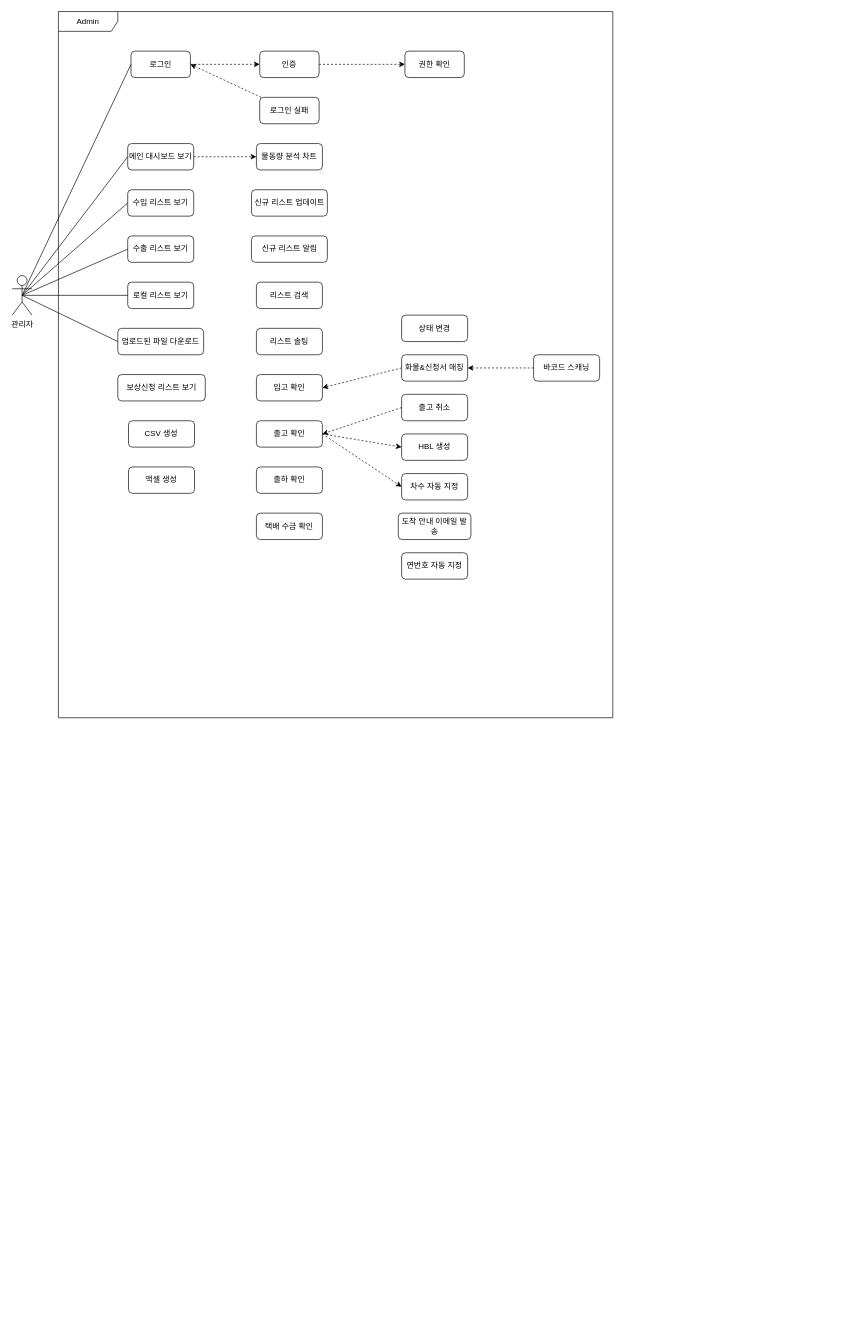
Earlier version of the draw.io diagram documents/UseCaseDiagram.drawio (cjungwo/ExpressSiteDemo). Source tidied: cells renumbered, new cells numbered last; positions are measured from the earlier drawing's top-left corner, leaving out a move shared by most shapes. Both pictures are drawn from the tidied source at 66%, with x=0, y=0 at pixel (12, 11).
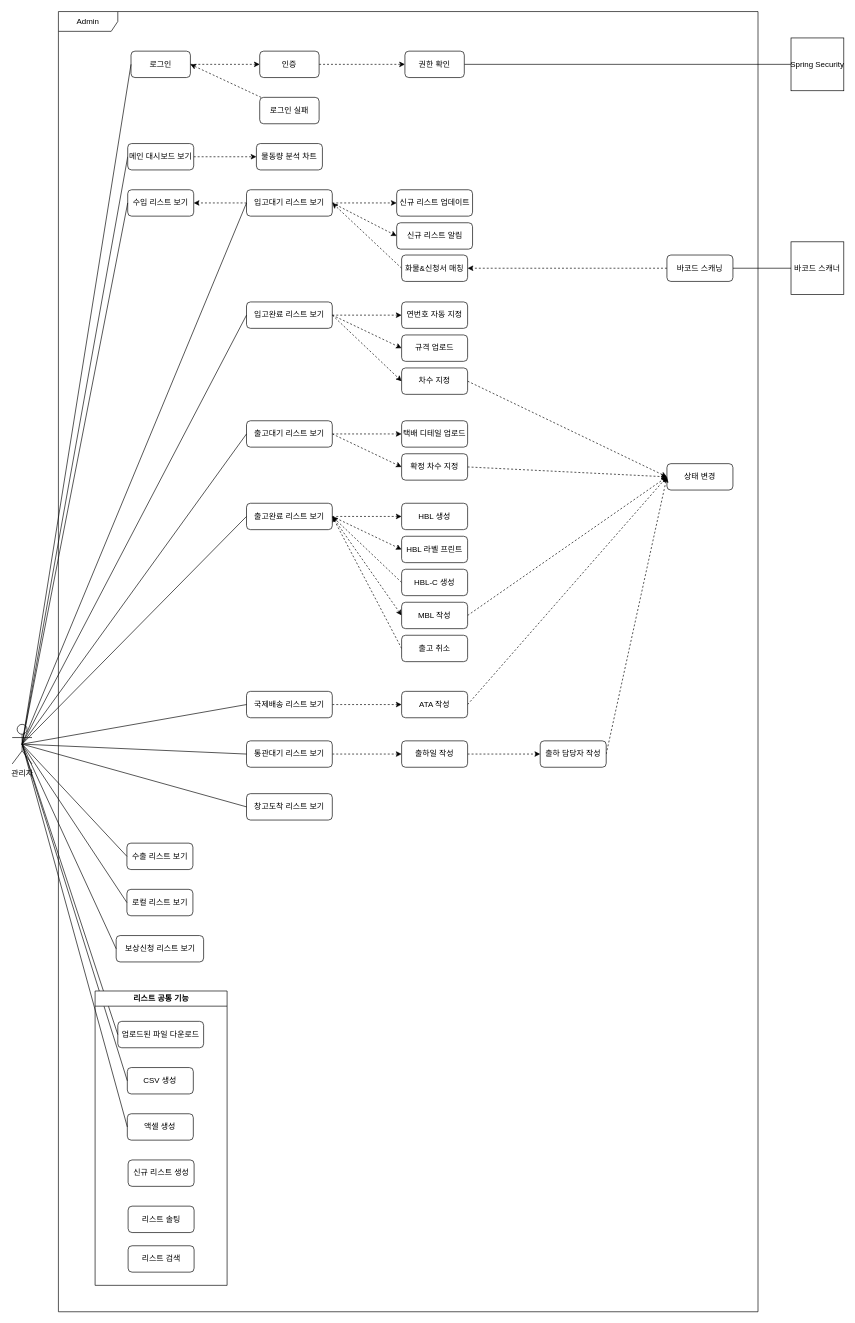
The same page after the edit.

Commit message:
#6 - Update Admin_Import_UseCaseDiagram.drawio

The change refers to these unchanged cells:
```xml
<mxCell id="14" value="권한 확인" style="rounded=1;whiteSpace=wrap;html=1;" parent="1" vertex="1">
  <mxGeometry x="595" y="60" width="90" height="40" as="geometry" />
</mxCell>
<mxCell id="16" value="수입 리스트 보기" style="rounded=1;whiteSpace=wrap;html=1;" parent="1" vertex="1">
  <mxGeometry x="175" y="270" width="100" height="40" as="geometry" />
</mxCell>
```

The edit, as a diff of the source:
```diff
@@
     <mxCell id="2" value="관리자&lt;div&gt;&lt;br&gt;&lt;/div&gt;" style="shape=umlActor;verticalLabelPosition=bottom;verticalAlign=top;html=1;outlineConnect=0;" parent="1" vertex="1">
-      <mxGeometry y="400" width="30" height="60" as="geometry" />
+      <mxGeometry y="1080" width="30" height="60" as="geometry" />
     </mxCell>
     <mxCell id="3" value="Admin" style="shape=umlFrame;whiteSpace=wrap;html=1;width=90;height=30;" parent="1" vertex="1">
-      <mxGeometry x="70" width="840" height="1070" as="geometry" />
+      <mxGeometry x="70" width="1060" height="1970" as="geometry" />
     </mxCell>
@@
+    <mxCell id="49" style="edgeStyle=none;rounded=0;jettySize=auto;html=1;exitX=1;exitY=0.5;exitDx=0;exitDy=0;entryX=0;entryY=0.5;entryDx=0;entryDy=0;endArrow=none;endFill=0;" parent="1" edge="1" source="14" target="58">
+      <mxGeometry relative="1" as="geometry" />
+    </mxCell>
@@
     <mxCell id="18" value="수출 리스트 보기" style="rounded=1;whiteSpace=wrap;html=1;" parent="1" vertex="1">
-      <mxGeometry x="175" y="340" width="100" height="40" as="geometry" />
+      <mxGeometry x="173.8" y="1260" width="100" height="40" as="geometry" />
     </mxCell>
     <mxCell id="19" value="로컬 리스트 보기" style="rounded=1;whiteSpace=wrap;html=1;" parent="1" vertex="1">
-      <mxGeometry x="175" y="410" width="100" height="40" as="geometry" />
+      <mxGeometry x="173.8" y="1330" width="100" height="40" as="geometry" />
     </mxCell>
@@
     <mxCell id="22" value="신규 리스트 업데이트" style="rounded=1;whiteSpace=wrap;html=1;" parent="1" vertex="1">
-      <mxGeometry x="362.5" y="270" width="115" height="40" as="geometry" />
+      <mxGeometry x="582.5" y="270" width="115" height="40" as="geometry" />
     </mxCell>
     <mxCell id="23" value="신규 리스트 알림" style="rounded=1;whiteSpace=wrap;html=1;" parent="1" vertex="1">
-      <mxGeometry x="362.5" y="340" width="115" height="40" as="geometry" />
+      <mxGeometry x="582.5" y="320" width="115" height="40" as="geometry" />
     </mxCell>
     <mxCell id="24" value="리스트 검색" style="rounded=1;whiteSpace=wrap;html=1;" parent="1" vertex="1">
-      <mxGeometry x="370" y="410" width="100" height="40" as="geometry" />
+      <mxGeometry x="175.6" y="1870" width="100" height="40" as="geometry" />
     </mxCell>
     <mxCell id="25" value="리스트 솔팅" style="rounded=1;whiteSpace=wrap;html=1;" parent="1" vertex="1">
-      <mxGeometry x="370" y="480" width="100" height="40" as="geometry" />
+      <mxGeometry x="175.6" y="1810" width="100" height="40" as="geometry" />
     </mxCell>
@@
+    <mxCell id="50" style="edgeStyle=none;rounded=0;jettySize=auto;html=1;exitX=1;exitY=0.5;exitDx=0;exitDy=0;entryX=0;entryY=0.5;entryDx=0;entryDy=0;endArrow=none;endFill=0;" parent="1" edge="1" source="27" target="101">
+      <mxGeometry relative="1" as="geometry" />
+    </mxCell>
     <mxCell id="27" value="바코드 스캐닝" style="rounded=1;whiteSpace=wrap;html=1;" parent="1" vertex="1">
-      <mxGeometry x="790" y="520" width="100" height="40" as="geometry" />
+      <mxGeometry x="992" y="368.9" width="100" height="40" as="geometry" />
     </mxCell>
-    <mxCell id="28" value="입고 확인" style="rounded=1;whiteSpace=wrap;html=1;" parent="1" vertex="1">
-      <mxGeometry x="370" y="550" width="100" height="40" as="geometry" />
-    </mxCell>
-    <mxCell id="29" style="edgeStyle=none;rounded=0;jettySize=auto;html=1;exitX=0;exitY=0.5;exitDx=0;exitDy=0;entryX=1;entryY=0.5;entryDx=0;entryDy=0;dashed=1;" parent="1" edge="1" source="30" target="28">
-      <mxGeometry relative="1" as="geometry" />
-    </mxCell>
+    <mxCell id="51" style="edgeStyle=none;rounded=0;jettySize=auto;html=1;exitX=0;exitY=0.5;exitDx=0;exitDy=0;entryX=1;entryY=0.5;entryDx=0;entryDy=0;dashed=1;" parent="1" edge="1" source="30" target="63">
+      <mxGeometry relative="1" as="geometry" />
+    </mxCell>
     <mxCell id="30" value="화물&amp;amp;신청서 매칭" style="rounded=1;whiteSpace=wrap;html=1;" parent="1" vertex="1">
-      <mxGeometry x="590" y="520" width="100" height="40" as="geometry" />
+      <mxGeometry x="590" y="368.9" width="100" height="40" as="geometry" />
     </mxCell>
-    <mxCell id="31" style="edgeStyle=none;rounded=0;jettySize=auto;html=1;exitX=1;exitY=0.5;exitDx=0;exitDy=0;entryX=0;entryY=0.5;entryDx=0;entryDy=0;dashed=1;" parent="1" edge="1" source="33" target="44">
-      <mxGeometry relative="1" as="geometry" />
-    </mxCell>
-    <mxCell id="32" style="edgeStyle=none;rounded=0;jettySize=auto;html=1;exitX=1;exitY=0.5;exitDx=0;exitDy=0;entryX=0;entryY=0.5;entryDx=0;entryDy=0;dashed=1;" parent="1" edge="1" source="33" target="41">
-      <mxGeometry relative="1" as="geometry" />
-    </mxCell>
-    <mxCell id="33" value="출고 확인" style="rounded=1;whiteSpace=wrap;html=1;" parent="1" vertex="1">
-      <mxGeometry x="370" y="620" width="100" height="40" as="geometry" />
-    </mxCell>
-    <mxCell id="34" value="도착 안내 이메일 발송" style="rounded=1;whiteSpace=wrap;html=1;" parent="1" vertex="1">
-      <mxGeometry x="585" y="760" width="110" height="40" as="geometry" />
-    </mxCell>
-    <mxCell id="35" style="rounded=0;jettySize=auto;html=1;entryX=1;entryY=0.5;entryDx=0;entryDy=0;exitX=0;exitY=0.5;exitDx=0;exitDy=0;dashed=1;" parent="1" edge="1" source="36" target="33">
-      <mxGeometry relative="1" as="geometry">
-        <Array as="points">
-          <mxPoint x="530" y="620" />
-        </Array>
-      </mxGeometry>
-    </mxCell>
+    <mxCell id="52" style="edgeStyle=none;rounded=0;jettySize=auto;html=1;exitX=0;exitY=0.5;exitDx=0;exitDy=0;entryX=1;entryY=0.5;entryDx=0;entryDy=0;dashed=1;" parent="1" edge="1" source="36" target="73">
+      <mxGeometry relative="1" as="geometry" />
+    </mxCell>
     <mxCell id="36" value="출고 취소" style="rounded=1;whiteSpace=wrap;html=1;" parent="1" vertex="1">
-      <mxGeometry x="590" y="580" width="100" height="40" as="geometry" />
+      <mxGeometry x="590" y="945" width="100" height="40" as="geometry" />
     </mxCell>
-    <mxCell id="37" value="출하 확인" style="rounded=1;whiteSpace=wrap;html=1;" parent="1" vertex="1">
-      <mxGeometry x="370" y="690" width="100" height="40" as="geometry" />
-    </mxCell>
-    <mxCell id="38" value="택배 수금 확인" style="rounded=1;whiteSpace=wrap;html=1;" parent="1" vertex="1">
-      <mxGeometry x="370" y="760" width="100" height="40" as="geometry" />
-    </mxCell>
     <mxCell id="39" value="업로드된 파일 다운로드" style="rounded=1;whiteSpace=wrap;html=1;" parent="1" vertex="1">
-      <mxGeometry x="160" y="480" width="130" height="40" as="geometry" />
+      <mxGeometry x="160" y="1530" width="130" height="40" as="geometry" />
     </mxCell>
@@
+    <mxCell id="53" style="edgeStyle=none;rounded=0;jettySize=auto;html=1;exitX=1;exitY=0.5;exitDx=0;exitDy=0;entryX=0;entryY=0.5;entryDx=0;entryDy=0;dashed=1;" parent="1" edge="1" source="41" target="43">
+      <mxGeometry relative="1" as="geometry" />
+    </mxCell>
-    <mxCell id="41" value="차수 자동 지정" style="rounded=1;whiteSpace=wrap;html=1;" parent="1" vertex="1">
-      <mxGeometry x="590" y="700" width="100" height="40" as="geometry" />
+    <mxCell id="41" value="차수 지정" style="rounded=1;whiteSpace=wrap;html=1;" parent="1" vertex="1">
+      <mxGeometry x="590" y="540" width="100" height="40" as="geometry" />
     </mxCell>
-    <mxCell id="42" value="연번호 자동 지정" style="rounded=1;whiteSpace=wrap;html=1;" parent="1" vertex="1">
-      <mxGeometry x="590" y="820" width="100" height="40" as="geometry" />
-    </mxCell>
     <mxCell id="43" value="상태 변경" style="rounded=1;whiteSpace=wrap;html=1;" parent="1" vertex="1">
-      <mxGeometry x="590" y="460" width="100" height="40" as="geometry" />
+      <mxGeometry x="992" y="685" width="100" height="40" as="geometry" />
     </mxCell>
     <mxCell id="44" value="HBL 생성" style="rounded=1;whiteSpace=wrap;html=1;" parent="1" vertex="1">
-      <mxGeometry x="590" y="640" width="100" height="40" as="geometry" />
+      <mxGeometry x="590" y="745" width="100" height="40" as="geometry" />
     </mxCell>
     <mxCell id="45" value="CSV 생성" style="rounded=1;whiteSpace=wrap;html=1;" parent="1" vertex="1">
-      <mxGeometry x="176.2" y="620" width="100" height="40" as="geometry" />
+      <mxGeometry x="174.4" y="1600" width="100" height="40" as="geometry" />
     </mxCell>
     <mxCell id="46" value="액셀 생성" style="rounded=1;whiteSpace=wrap;html=1;" parent="1" vertex="1">
-      <mxGeometry x="176.2" y="690" width="100" height="40" as="geometry" />
+      <mxGeometry x="174.4" y="1670" width="100" height="40" as="geometry" />
     </mxCell>
     <mxCell id="47" value="보상신청 리스트 보기" style="rounded=1;whiteSpace=wrap;html=1;" parent="1" vertex="1">
-      <mxGeometry x="160" y="550" width="132.5" height="40" as="geometry" />
+      <mxGeometry x="157.5" y="1400" width="132.5" height="40" as="geometry" />
     </mxCell>
-    <mxCell id="48" style="edgeStyle=orthogonalEdgeStyle;rounded=0;orthogonalLoop=1;jettySize=auto;html=1;exitX=0.5;exitY=1;exitDx=0;exitDy=0;" parent="1" edge="1" source="30" target="30">
-      <mxGeometry relative="1" as="geometry" />
+    <mxCell id="48" style="edgeStyle=orthogonalEdgeStyle;rounded=0;orthogonalLoop=1;jettySize=auto;html=1;exitX=0.5;exitY=1;exitDx=0;exitDy=0;" parent="1" edge="1">
+      <mxGeometry relative="1" as="geometry">
+        <mxPoint x="640" y="429" as="sourcePoint" />
+        <mxPoint x="640" y="429" as="targetPoint" />
+      </mxGeometry>
     </mxCell>
+    <mxCell id="54" style="edgeStyle=none;rounded=0;jettySize=auto;html=1;exitX=0;exitY=0.5;exitDx=0;exitDy=0;entryX=0.5;entryY=0.5;entryDx=0;entryDy=0;entryPerimeter=0;endArrow=none;endFill=0;" parent="1" edge="1" source="47" target="2">
+      <mxGeometry relative="1" as="geometry" />
+    </mxCell>
+    <mxCell id="55" style="edgeStyle=none;rounded=0;jettySize=auto;html=1;exitX=0;exitY=0.5;exitDx=0;exitDy=0;entryX=0.5;entryY=0.5;entryDx=0;entryDy=0;entryPerimeter=0;endArrow=none;endFill=0;" parent="1" edge="1" source="45" target="2">
+      <mxGeometry relative="1" as="geometry" />
+    </mxCell>
+    <mxCell id="56" style="edgeStyle=none;rounded=0;jettySize=auto;html=1;exitX=0;exitY=0.5;exitDx=0;exitDy=0;entryX=0.5;entryY=0.5;entryDx=0;entryDy=0;entryPerimeter=0;endArrow=none;endFill=0;" parent="1" edge="1" source="46" target="2">
+      <mxGeometry relative="1" as="geometry" />
+    </mxCell>
+    <mxCell id="57" value="신규 리스트 생성" style="rounded=1;whiteSpace=wrap;html=1;" parent="1" vertex="1">
+      <mxGeometry x="175.6" y="1740" width="100" height="40" as="geometry" />
+    </mxCell>
+    <mxCell id="58" value="&lt;span style=&quot;white-space: pre;&quot;&gt;Spring Security&lt;/span&gt;" style="whiteSpace=wrap;html=1;" parent="1" vertex="1">
+      <mxGeometry x="1180" y="40" width="80" height="80" as="geometry" />
+    </mxCell>
+    <mxCell id="59" style="edgeStyle=none;rounded=0;orthogonalLoop=1;jettySize=auto;html=1;exitX=0.75;exitY=1;exitDx=0;exitDy=0;" parent="1" edge="1" source="27" target="27">
+      <mxGeometry relative="1" as="geometry" />
+    </mxCell>
+    <mxCell id="60" style="edgeStyle=none;rounded=0;jettySize=auto;html=1;exitX=0;exitY=0.5;exitDx=0;exitDy=0;entryX=1;entryY=0.5;entryDx=0;entryDy=0;dashed=1;" parent="1" edge="1" source="63" target="16">
+      <mxGeometry relative="1" as="geometry" />
+    </mxCell>
+    <mxCell id="61" style="edgeStyle=none;rounded=0;jettySize=auto;html=1;exitX=1;exitY=0.5;exitDx=0;exitDy=0;entryX=0;entryY=0.5;entryDx=0;entryDy=0;dashed=1;" parent="1" edge="1" source="63" target="22">
+      <mxGeometry relative="1" as="geometry" />
+    </mxCell>
+    <mxCell id="62" style="edgeStyle=none;rounded=0;jettySize=auto;html=1;exitX=1;exitY=0.5;exitDx=0;exitDy=0;entryX=0;entryY=0.5;entryDx=0;entryDy=0;dashed=1;" parent="1" edge="1" source="63" target="23">
+      <mxGeometry relative="1" as="geometry" />
+    </mxCell>
+    <mxCell id="63" value="입고대기 리스트 보기" style="rounded=1;whiteSpace=wrap;html=1;" parent="1" vertex="1">
+      <mxGeometry x="355" y="270" width="130" height="40" as="geometry" />
+    </mxCell>
+    <mxCell id="64" style="edgeStyle=none;rounded=0;jettySize=auto;html=1;exitX=1;exitY=0.5;exitDx=0;exitDy=0;entryX=0;entryY=0.5;entryDx=0;entryDy=0;dashed=1;" parent="1" edge="1" source="66" target="79">
+      <mxGeometry relative="1" as="geometry" />
+    </mxCell>
+    <mxCell id="65" style="edgeStyle=none;rounded=0;jettySize=auto;html=1;exitX=1;exitY=0.5;exitDx=0;exitDy=0;entryX=0;entryY=0.5;entryDx=0;entryDy=0;dashed=1;" parent="1" edge="1" source="66" target="41">
+      <mxGeometry relative="1" as="geometry" />
+    </mxCell>
+    <mxCell id="66" value="입고완료 리스트 보기" style="rounded=1;whiteSpace=wrap;html=1;" parent="1" vertex="1">
+      <mxGeometry x="355" y="440" width="130" height="40" as="geometry" />
+    </mxCell>
+    <mxCell id="67" style="edgeStyle=none;rounded=0;jettySize=auto;html=1;exitX=1;exitY=0.5;exitDx=0;exitDy=0;entryX=0;entryY=0.5;entryDx=0;entryDy=0;dashed=1;" parent="1" edge="1" source="69" target="80">
+      <mxGeometry relative="1" as="geometry" />
+    </mxCell>
+    <mxCell id="68" style="edgeStyle=none;rounded=0;jettySize=auto;html=1;exitX=1;exitY=0.5;exitDx=0;exitDy=0;entryX=0;entryY=0.5;entryDx=0;entryDy=0;dashed=1;" parent="1" edge="1" source="69" target="82">
+      <mxGeometry relative="1" as="geometry" />
+    </mxCell>
+    <mxCell id="69" value="출고대기 리스트 보기" style="rounded=1;whiteSpace=wrap;html=1;" parent="1" vertex="1">
+      <mxGeometry x="355" y="620" width="130" height="40" as="geometry" />
+    </mxCell>
+    <mxCell id="70" style="edgeStyle=none;rounded=0;jettySize=auto;html=1;exitX=1;exitY=0.5;exitDx=0;exitDy=0;entryX=0;entryY=0.5;entryDx=0;entryDy=0;dashed=1;" parent="1" edge="1" source="73" target="44">
+      <mxGeometry relative="1" as="geometry" />
+    </mxCell>
+    <mxCell id="71" style="edgeStyle=none;rounded=0;jettySize=auto;html=1;exitX=1;exitY=0.5;exitDx=0;exitDy=0;entryX=0;entryY=0.5;entryDx=0;entryDy=0;dashed=1;" parent="1" edge="1" source="73" target="85">
+      <mxGeometry relative="1" as="geometry" />
+    </mxCell>
+    <mxCell id="72" style="edgeStyle=none;rounded=0;jettySize=auto;html=1;exitX=1;exitY=0.5;exitDx=0;exitDy=0;entryX=0;entryY=0.5;entryDx=0;entryDy=0;dashed=1;" parent="1" edge="1" source="73" target="87">
+      <mxGeometry relative="1" as="geometry" />
+    </mxCell>
+    <mxCell id="73" value="출고완료 리스트 보기" style="rounded=1;whiteSpace=wrap;html=1;" parent="1" vertex="1">
+      <mxGeometry x="355" y="745" width="130" height="40" as="geometry" />
+    </mxCell>
+    <mxCell id="74" style="edgeStyle=none;rounded=0;jettySize=auto;html=1;exitX=1;exitY=0.5;exitDx=0;exitDy=0;entryX=0;entryY=0.5;entryDx=0;entryDy=0;dashed=1;" parent="1" edge="1" source="75" target="89">
+      <mxGeometry relative="1" as="geometry" />
+    </mxCell>
+    <mxCell id="75" value="국제배송 리스트 보기" style="rounded=1;whiteSpace=wrap;html=1;" parent="1" vertex="1">
+      <mxGeometry x="355" y="1030" width="130" height="40" as="geometry" />
+    </mxCell>
+    <mxCell id="76" style="edgeStyle=none;rounded=0;jettySize=auto;html=1;exitX=1;exitY=0.5;exitDx=0;exitDy=0;dashed=1;" parent="1" edge="1" source="77" target="91">
+      <mxGeometry relative="1" as="geometry" />
+    </mxCell>
+    <mxCell id="77" value="통관대기 리스트 보기" style="rounded=1;whiteSpace=wrap;html=1;" parent="1" vertex="1">
+      <mxGeometry x="355" y="1105" width="130" height="40" as="geometry" />
+    </mxCell>
+    <mxCell id="78" value="창고도착 리스트 보기" style="rounded=1;whiteSpace=wrap;html=1;" parent="1" vertex="1">
+      <mxGeometry x="355" y="1185" width="130" height="40" as="geometry" />
+    </mxCell>
+    <mxCell id="79" value="규격 업로드" style="rounded=1;whiteSpace=wrap;html=1;" parent="1" vertex="1">
+      <mxGeometry x="590" y="490" width="100" height="40" as="geometry" />
+    </mxCell>
+    <mxCell id="80" value="택배 디테일 업로드" style="rounded=1;whiteSpace=wrap;html=1;" parent="1" vertex="1">
+      <mxGeometry x="590" y="620" width="100" height="40" as="geometry" />
+    </mxCell>
+    <mxCell id="81" style="edgeStyle=none;rounded=0;jettySize=auto;html=1;exitX=1;exitY=0.5;exitDx=0;exitDy=0;entryX=0;entryY=0.5;entryDx=0;entryDy=0;dashed=1;" parent="1" edge="1" source="82" target="43">
+      <mxGeometry relative="1" as="geometry" />
+    </mxCell>
+    <mxCell id="82" value="확정 차수 지정" style="rounded=1;whiteSpace=wrap;html=1;" parent="1" vertex="1">
+      <mxGeometry x="590" y="670" width="100" height="40" as="geometry" />
+    </mxCell>
+    <mxCell id="83" style="edgeStyle=none;rounded=0;jettySize=auto;html=1;exitX=0;exitY=0.5;exitDx=0;exitDy=0;entryX=1;entryY=0.5;entryDx=0;entryDy=0;dashed=1;" parent="1" edge="1" source="84" target="73">
+      <mxGeometry relative="1" as="geometry" />
+    </mxCell>
+    <mxCell id="84" value="HBL-C 생성" style="rounded=1;whiteSpace=wrap;html=1;" parent="1" vertex="1">
+      <mxGeometry x="590" y="845" width="100" height="40" as="geometry" />
+    </mxCell>
+    <mxCell id="85" value="HBL 라벨 프린트" style="rounded=1;whiteSpace=wrap;html=1;" parent="1" vertex="1">
+      <mxGeometry x="590" y="795" width="100" height="40" as="geometry" />
+    </mxCell>
+    <mxCell id="86" style="edgeStyle=none;rounded=0;jettySize=auto;html=1;exitX=1;exitY=0.5;exitDx=0;exitDy=0;entryX=0;entryY=0.5;entryDx=0;entryDy=0;dashed=1;" parent="1" edge="1" source="87" target="43">
+      <mxGeometry relative="1" as="geometry" />
+    </mxCell>
+    <mxCell id="87" value="MBL 작성" style="rounded=1;whiteSpace=wrap;html=1;" parent="1" vertex="1">
+      <mxGeometry x="590" y="895" width="100" height="40" as="geometry" />
+    </mxCell>
+    <mxCell id="88" style="edgeStyle=none;rounded=0;jettySize=auto;html=1;exitX=1;exitY=0.5;exitDx=0;exitDy=0;entryX=0;entryY=0.5;entryDx=0;entryDy=0;dashed=1;" parent="1" edge="1" source="89" target="43">
+      <mxGeometry relative="1" as="geometry" />
+    </mxCell>
+    <mxCell id="89" value="ATA 작성" style="rounded=1;whiteSpace=wrap;html=1;" parent="1" vertex="1">
+      <mxGeometry x="590" y="1030" width="100" height="40" as="geometry" />
+    </mxCell>
+    <mxCell id="90" style="edgeStyle=none;rounded=0;jettySize=auto;html=1;exitX=1;exitY=0.5;exitDx=0;exitDy=0;entryX=0;entryY=0.5;entryDx=0;entryDy=0;dashed=1;" parent="1" edge="1" source="91" target="93">
+      <mxGeometry relative="1" as="geometry" />
+    </mxCell>
+    <mxCell id="91" value="출하일 작성" style="rounded=1;whiteSpace=wrap;html=1;" parent="1" vertex="1">
+      <mxGeometry x="590" y="1105" width="100" height="40" as="geometry" />
+    </mxCell>
+    <mxCell id="92" style="edgeStyle=none;rounded=0;jettySize=auto;html=1;exitX=1;exitY=0.5;exitDx=0;exitDy=0;entryX=0;entryY=0.5;entryDx=0;entryDy=0;dashed=1;" parent="1" edge="1" source="93" target="43">
+      <mxGeometry relative="1" as="geometry" />
+    </mxCell>
+    <mxCell id="93" value="출하 담당자 작성" style="rounded=1;whiteSpace=wrap;html=1;" parent="1" vertex="1">
+      <mxGeometry x="800" y="1105" width="100" height="40" as="geometry" />
+    </mxCell>
+    <mxCell id="94" style="edgeStyle=none;rounded=0;jettySize=auto;html=1;exitX=0;exitY=0.5;exitDx=0;exitDy=0;entryX=0.5;entryY=0.5;entryDx=0;entryDy=0;entryPerimeter=0;endArrow=none;endFill=0;" parent="1" edge="1" source="66" target="2">
+      <mxGeometry relative="1" as="geometry" />
+    </mxCell>
+    <mxCell id="95" style="edgeStyle=none;rounded=0;jettySize=auto;html=1;exitX=0;exitY=0.5;exitDx=0;exitDy=0;entryX=0.5;entryY=0.5;entryDx=0;entryDy=0;entryPerimeter=0;endArrow=none;endFill=0;" parent="1" edge="1" source="69" target="2">
+      <mxGeometry relative="1" as="geometry" />
+    </mxCell>
+    <mxCell id="96" style="edgeStyle=none;rounded=0;jettySize=auto;html=1;exitX=0;exitY=0.5;exitDx=0;exitDy=0;entryX=0.5;entryY=0.5;entryDx=0;entryDy=0;entryPerimeter=0;endArrow=none;endFill=0;" parent="1" edge="1" source="73" target="2">
+      <mxGeometry relative="1" as="geometry" />
+    </mxCell>
+    <mxCell id="97" style="edgeStyle=none;rounded=0;jettySize=auto;html=1;exitX=0;exitY=0.5;exitDx=0;exitDy=0;entryX=0.5;entryY=0.5;entryDx=0;entryDy=0;entryPerimeter=0;endArrow=none;endFill=0;" parent="1" edge="1" source="75" target="2">
+      <mxGeometry relative="1" as="geometry" />
+    </mxCell>
+    <mxCell id="98" style="edgeStyle=none;rounded=0;jettySize=auto;html=1;exitX=0;exitY=0.5;exitDx=0;exitDy=0;entryX=0.5;entryY=0.5;entryDx=0;entryDy=0;entryPerimeter=0;endArrow=none;endFill=0;" parent="1" edge="1" source="77" target="2">
+      <mxGeometry relative="1" as="geometry" />
+    </mxCell>
+    <mxCell id="99" style="edgeStyle=none;rounded=0;jettySize=auto;html=1;exitX=0;exitY=0.5;exitDx=0;exitDy=0;entryX=0.5;entryY=0.5;entryDx=0;entryDy=0;entryPerimeter=0;endArrow=none;endFill=0;" parent="1" edge="1" source="78" target="2">
+      <mxGeometry relative="1" as="geometry" />
+    </mxCell>
+    <mxCell id="100" style="edgeStyle=none;rounded=0;jettySize=auto;html=1;exitX=0;exitY=0.5;exitDx=0;exitDy=0;entryX=0.5;entryY=0.5;entryDx=0;entryDy=0;entryPerimeter=0;endArrow=none;endFill=0;" parent="1" edge="1" source="63" target="2">
+      <mxGeometry relative="1" as="geometry" />
+    </mxCell>
+    <mxCell id="101" value="&lt;span style=&quot;white-space: pre;&quot;&gt;바코드 스캐너&lt;/span&gt;" style="whiteSpace=wrap;html=1;" parent="1" vertex="1">
+      <mxGeometry x="1180" y="348.9" width="80" height="80" as="geometry" />
+    </mxCell>
+    <mxCell id="102" style="edgeStyle=none;rounded=0;jettySize=auto;html=1;exitX=1;exitY=0.5;exitDx=0;exitDy=0;entryX=0;entryY=0.5;entryDx=0;entryDy=0;dashed=1;" parent="1" edge="1" source="66" target="42">
+      <mxGeometry relative="1" as="geometry" />
+    </mxCell>
+    <mxCell id="42" value="연번호 자동 지정" style="rounded=1;whiteSpace=wrap;html=1;" parent="1" vertex="1">
+      <mxGeometry x="590" y="440" width="100" height="40" as="geometry" />
+    </mxCell>
+    <mxCell id="103" value="리스트 공통 기능" style="swimlane;whiteSpace=wrap;html=1;" parent="1" vertex="1">
+      <mxGeometry x="125.6" y="1484" width="200" height="446" as="geometry" />
+    </mxCell>
```
